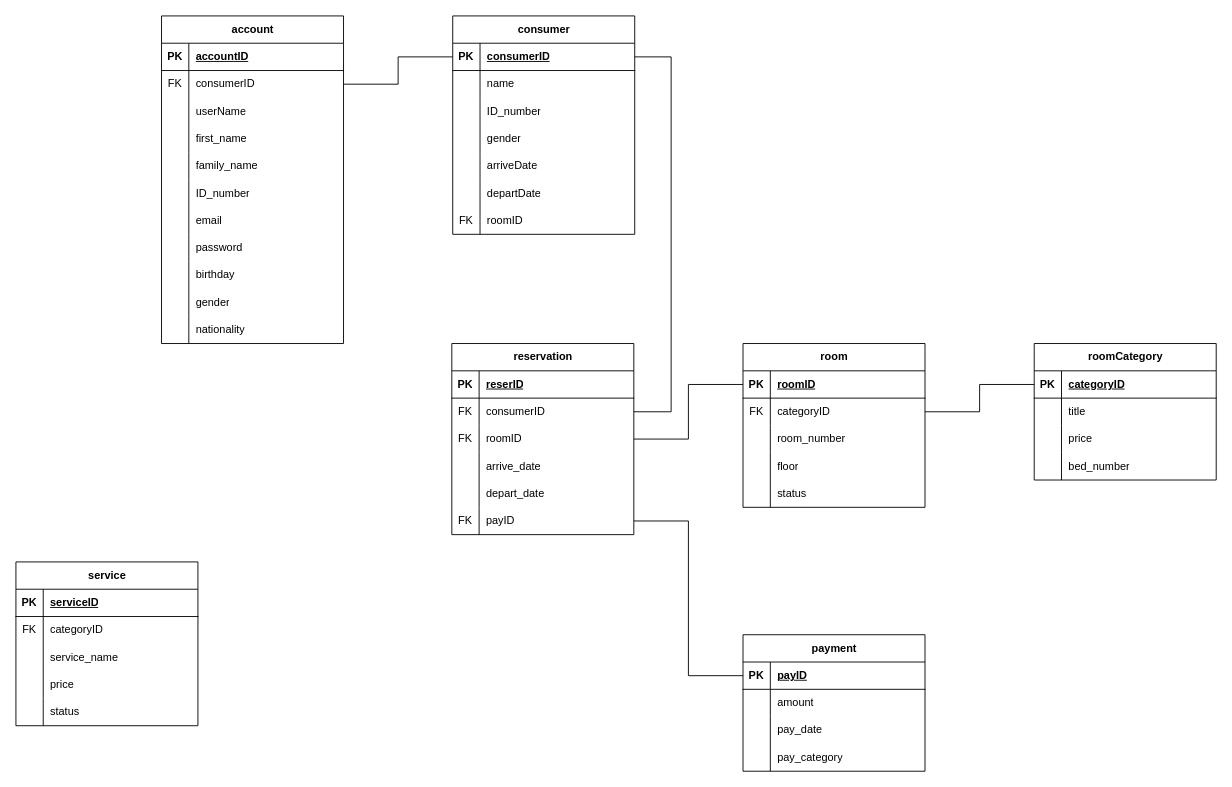
Earlier version of the draw.io diagram database/system.drawio (infinityMark/stay_sync_hotel). Source tidied: cells renumbered, new cells numbered last; positions are measured from the earlier drawing's top-left corner, leaving out a move shared by most shapes. Both pictures are drawn from the tidied source at 91%, with x=0, y=0 at pixel (15, 15).
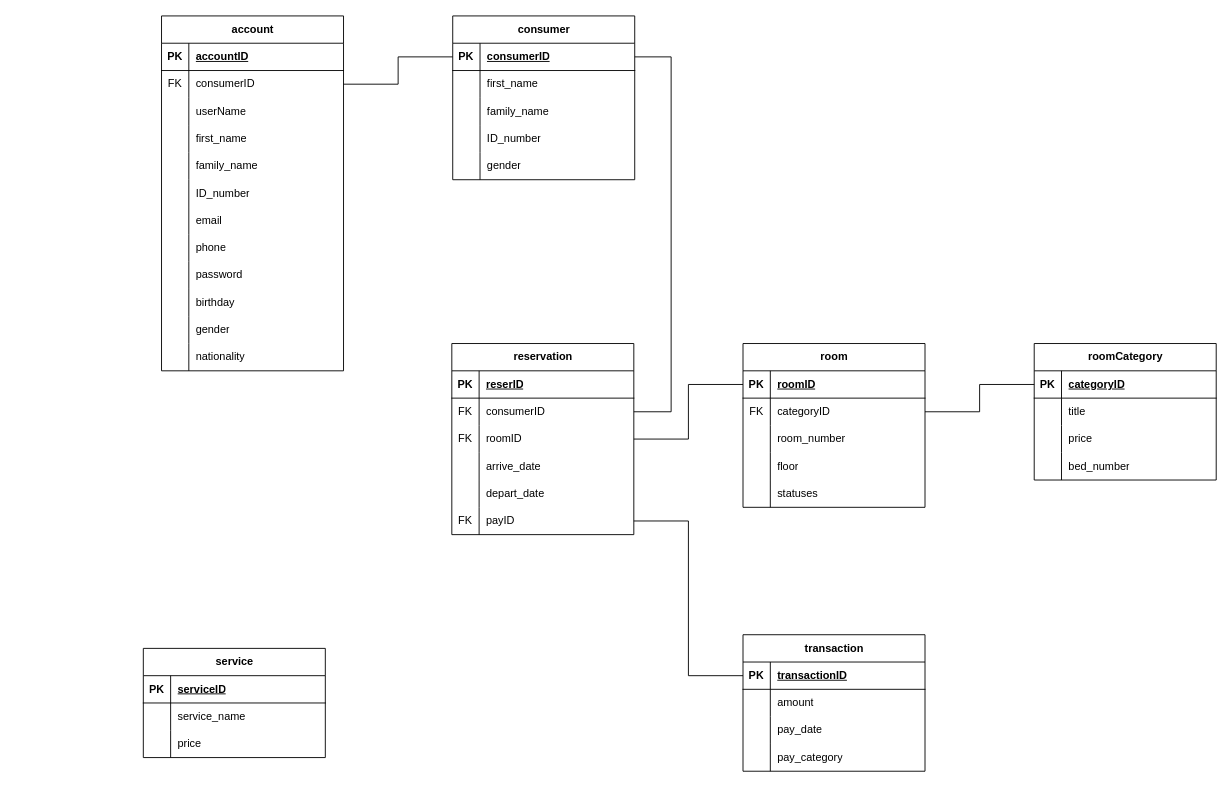
The same diagram, later.

The change refers to these unchanged cells:
```xml
<mxCell id="40" style="shape=tableRow;horizontal=0;startSize=0;swimlaneHead=0;swimlaneBody=0;fillColor=none;top=0;left=0;right=0;bottom=0;" parent="36" vertex="1">
  <mxGeometry y="60" width="200" height="30" as="geometry" />
</mxCell>
<mxCell id="71" style="shape=tableRow;horizontal=0;startSize=0;swimlaneHead=0;swimlaneBody=0;fillColor=none;top=0;left=0;right=0;bottom=0;" parent="58" vertex="1">
  <mxGeometry y="150" width="200" height="30" as="geometry" />
</mxCell>
<mxCell id="109" style="shape=tableRow;horizontal=0;startSize=0;swimlaneHead=0;swimlaneBody=0;fillColor=none;points=[[0,0.5],[1,0.5]];portConstraint=eastwest;top=0;left=0;right=0;bottom=1;" parent="108" vertex="1">
  <mxGeometry y="30" width="200" height="30" as="geometry" />
</mxCell>
```

Diff of the diagram source:
```diff
@@
     <mxCell id="2" value="account" style="shape=table;startSize=30;childLayout=tableLayout;rowLines=0;fontStyle=1;align=center;html=1;" parent="1" vertex="1">
-      <mxGeometry x="160" width="200" height="360" as="geometry" />
+      <mxGeometry x="160" width="200" height="390" as="geometry" />
     </mxCell>
@@
+    <mxCell id="140" style="shape=tableRow;horizontal=0;startSize=0;swimlaneHead=0;swimlaneBody=0;fillColor=none;top=0;left=0;right=0;bottom=0;" parent="2" vertex="1">
+      <mxGeometry y="240" width="200" height="30" as="geometry" />
+    </mxCell>
+    <mxCell id="141" style="shape=partialRectangle;fillColor=none;top=0;left=0;bottom=0;right=0;overflow=hidden;whiteSpace=wrap;html=1;" parent="140" vertex="1">
+      <mxGeometry width="30" height="30" as="geometry" />
+    </mxCell>
+    <mxCell id="142" value="phone" style="shape=partialRectangle;fillColor=none;top=0;left=0;bottom=0;right=0;align=left;spacingLeft=6;overflow=hidden;whiteSpace=wrap;html=1;" parent="140" vertex="1">
+      <mxGeometry x="30" width="170" height="30" as="geometry" />
+    </mxCell>
     <mxCell id="24" style="shape=tableRow;horizontal=0;startSize=0;swimlaneHead=0;swimlaneBody=0;fillColor=none;top=0;left=0;right=0;bottom=0;" parent="2" vertex="1">
-      <mxGeometry y="240" width="200" height="30" as="geometry" />
+      <mxGeometry y="270" width="200" height="30" as="geometry" />
     </mxCell>
@@
     <mxCell id="27" style="shape=tableRow;horizontal=0;startSize=0;swimlaneHead=0;swimlaneBody=0;fillColor=none;top=0;left=0;right=0;bottom=0;" parent="2" vertex="1">
-      <mxGeometry y="270" width="200" height="30" as="geometry" />
+      <mxGeometry y="300" width="200" height="30" as="geometry" />
     </mxCell>
@@
     <mxCell id="30" style="shape=tableRow;horizontal=0;startSize=0;swimlaneHead=0;swimlaneBody=0;fillColor=none;top=0;left=0;right=0;bottom=0;" parent="2" vertex="1">
-      <mxGeometry y="300" width="200" height="30" as="geometry" />
+      <mxGeometry y="330" width="200" height="30" as="geometry" />
     </mxCell>
@@
     <mxCell id="33" style="shape=tableRow;horizontal=0;startSize=0;swimlaneHead=0;swimlaneBody=0;fillColor=none;top=0;left=0;right=0;bottom=0;" parent="2" vertex="1">
-      <mxGeometry y="330" width="200" height="30" as="geometry" />
+      <mxGeometry y="360" width="200" height="30" as="geometry" />
     </mxCell>
@@
     <mxCell id="36" value="consumer" style="shape=table;startSize=30;childLayout=tableLayout;rowLines=0;fontStyle=1;align=center;html=1;" parent="1" vertex="1">
-      <mxGeometry x="480" width="200" height="240" as="geometry" />
+      <mxGeometry x="480" width="200" height="180" as="geometry" />
     </mxCell>
@@
-    <mxCell id="42" value="name" style="shape=partialRectangle;fillColor=none;top=0;left=0;bottom=0;right=0;align=left;spacingLeft=6;overflow=hidden;whiteSpace=wrap;html=1;" parent="40" vertex="1">
+    <mxCell id="42" value="first_name" style="shape=partialRectangle;fillColor=none;top=0;left=0;bottom=0;right=0;align=left;spacingLeft=6;overflow=hidden;whiteSpace=wrap;html=1;" parent="40" vertex="1">
       <mxGeometry x="30" width="170" height="30" as="geometry" />
     </mxCell>
+    <mxCell id="143" style="shape=tableRow;horizontal=0;startSize=0;swimlaneHead=0;swimlaneBody=0;fillColor=none;top=0;left=0;right=0;bottom=0;" parent="36" vertex="1">
+      <mxGeometry y="90" width="200" height="30" as="geometry" />
+    </mxCell>
+    <mxCell id="144" style="shape=partialRectangle;fillColor=none;top=0;left=0;bottom=0;right=0;overflow=hidden;whiteSpace=wrap;html=1;" parent="143" vertex="1">
+      <mxGeometry width="30" height="30" as="geometry" />
+    </mxCell>
+    <mxCell id="145" value="family_name" style="shape=partialRectangle;fillColor=none;top=0;left=0;bottom=0;right=0;align=left;spacingLeft=6;overflow=hidden;whiteSpace=wrap;html=1;" parent="143" vertex="1">
+      <mxGeometry x="30" width="170" height="30" as="geometry" />
+    </mxCell>
     <mxCell id="43" style="shape=tableRow;horizontal=0;startSize=0;swimlaneHead=0;swimlaneBody=0;fillColor=none;top=0;left=0;right=0;bottom=0;" parent="36" vertex="1">
-      <mxGeometry y="90" width="200" height="30" as="geometry" />
+      <mxGeometry y="120" width="200" height="30" as="geometry" />
     </mxCell>
@@
     <mxCell id="46" style="shape=tableRow;horizontal=0;startSize=0;swimlaneHead=0;swimlaneBody=0;fillColor=none;top=0;left=0;right=0;bottom=0;" parent="36" vertex="1">
-      <mxGeometry y="120" width="200" height="30" as="geometry" />
+      <mxGeometry y="150" width="200" height="30" as="geometry" />
     </mxCell>
@@
-    <mxCell id="49" style="shape=tableRow;horizontal=0;startSize=0;swimlaneHead=0;swimlaneBody=0;fillColor=none;top=0;left=0;right=0;bottom=0;" parent="36" vertex="1">
-      <mxGeometry y="150" width="200" height="30" as="geometry" />
-    </mxCell>
-    <mxCell id="50" style="shape=partialRectangle;fillColor=none;top=0;left=0;bottom=0;right=0;overflow=hidden;whiteSpace=wrap;html=1;" parent="49" vertex="1">
-      <mxGeometry width="30" height="30" as="geometry" />
-    </mxCell>
-    <mxCell id="51" value="arriveDate" style="shape=partialRectangle;fillColor=none;top=0;left=0;bottom=0;right=0;align=left;spacingLeft=6;overflow=hidden;whiteSpace=wrap;html=1;" parent="49" vertex="1">
-      <mxGeometry x="30" width="170" height="30" as="geometry" />
-    </mxCell>
-    <mxCell id="52" style="shape=tableRow;horizontal=0;startSize=0;swimlaneHead=0;swimlaneBody=0;fillColor=none;top=0;left=0;right=0;bottom=0;" parent="36" vertex="1">
-      <mxGeometry y="180" width="200" height="30" as="geometry" />
-    </mxCell>
-    <mxCell id="53" style="shape=partialRectangle;fillColor=none;top=0;left=0;bottom=0;right=0;overflow=hidden;whiteSpace=wrap;html=1;" parent="52" vertex="1">
-      <mxGeometry width="30" height="30" as="geometry" />
-    </mxCell>
-    <mxCell id="54" value="departDate" style="shape=partialRectangle;fillColor=none;top=0;left=0;bottom=0;right=0;align=left;spacingLeft=6;overflow=hidden;whiteSpace=wrap;html=1;" parent="52" vertex="1">
-      <mxGeometry x="30" width="170" height="30" as="geometry" />
-    </mxCell>
-    <mxCell id="55" style="shape=tableRow;horizontal=0;startSize=0;swimlaneHead=0;swimlaneBody=0;fillColor=none;top=0;left=0;right=0;bottom=0;" parent="36" vertex="1">
-      <mxGeometry y="210" width="200" height="30" as="geometry" />
-    </mxCell>
-    <mxCell id="56" value="FK" style="shape=partialRectangle;fillColor=none;top=0;left=0;bottom=0;right=0;overflow=hidden;whiteSpace=wrap;html=1;" parent="55" vertex="1">
-      <mxGeometry width="30" height="30" as="geometry" />
-    </mxCell>
-    <mxCell id="57" value="roomID" style="shape=partialRectangle;fillColor=none;top=0;left=0;bottom=0;right=0;align=left;spacingLeft=6;overflow=hidden;whiteSpace=wrap;html=1;" parent="55" vertex="1">
-      <mxGeometry x="30" width="170" height="30" as="geometry" />
-    </mxCell>
@@
-    <mxCell id="73" value="status" style="shape=partialRectangle;fillColor=none;top=0;left=0;bottom=0;right=0;align=left;spacingLeft=6;overflow=hidden;whiteSpace=wrap;html=1;" parent="71" vertex="1">
+    <mxCell id="73" value="statuses" style="shape=partialRectangle;fillColor=none;top=0;left=0;bottom=0;right=0;align=left;spacingLeft=6;overflow=hidden;whiteSpace=wrap;html=1;" parent="71" vertex="1">
       <mxGeometry x="30" width="170" height="30" as="geometry" />
     </mxCell>
@@
-    <mxCell id="108" value="payment" style="shape=table;startSize=30;childLayout=tableLayout;rowLines=0;fontStyle=1;align=center;html=1;" parent="1" vertex="1">
+    <mxCell id="108" value="transaction" style="shape=table;startSize=30;childLayout=tableLayout;rowLines=0;fontStyle=1;align=center;html=1;" parent="1" vertex="1">
       <mxGeometry x="799" y="680" width="200" height="150" as="geometry" />
     </mxCell>
@@
-    <mxCell id="111" value="payID" style="shape=partialRectangle;fillColor=none;top=0;left=0;bottom=0;right=0;align=left;spacingLeft=6;fontStyle=5;overflow=hidden;whiteSpace=wrap;html=1;" parent="109" vertex="1">
+    <mxCell id="111" value="transactionID" style="shape=partialRectangle;fillColor=none;top=0;left=0;bottom=0;right=0;align=left;spacingLeft=6;fontStyle=5;overflow=hidden;whiteSpace=wrap;html=1;" parent="109" vertex="1">
       <mxGeometry x="30" width="170" height="30" as="geometry" />
     </mxCell>
@@
     <mxCell id="124" value="service" style="shape=table;startSize=30;childLayout=tableLayout;rowLines=0;fontStyle=1;align=center;html=1;" parent="1" vertex="1">
-      <mxGeometry y="600" width="200" height="180" as="geometry" />
+      <mxGeometry x="140" y="695" width="200" height="120" as="geometry" />
     </mxCell>
@@
-    <mxCell id="128" style="shape=tableRow;horizontal=0;startSize=0;swimlaneHead=0;swimlaneBody=0;fillColor=none;top=0;left=0;right=0;bottom=0;" parent="124" vertex="1">
-      <mxGeometry y="60" width="200" height="30" as="geometry" />
-    </mxCell>
-    <mxCell id="129" value="FK" style="shape=partialRectangle;fillColor=none;top=0;left=0;bottom=0;right=0;overflow=hidden;whiteSpace=wrap;html=1;" parent="128" vertex="1">
-      <mxGeometry width="30" height="30" as="geometry" />
-    </mxCell>
-    <mxCell id="130" value="categoryID" style="shape=partialRectangle;fillColor=none;top=0;left=0;bottom=0;right=0;align=left;spacingLeft=6;overflow=hidden;whiteSpace=wrap;html=1;" parent="128" vertex="1">
-      <mxGeometry x="30" width="170" height="30" as="geometry" />
-    </mxCell>
     <mxCell id="131" style="shape=tableRow;horizontal=0;startSize=0;swimlaneHead=0;swimlaneBody=0;fillColor=none;top=0;left=0;right=0;bottom=0;" parent="124" vertex="1">
-      <mxGeometry y="90" width="200" height="30" as="geometry" />
+      <mxGeometry y="60" width="200" height="30" as="geometry" />
     </mxCell>
@@
     <mxCell id="134" style="shape=tableRow;horizontal=0;startSize=0;swimlaneHead=0;swimlaneBody=0;fillColor=none;top=0;left=0;right=0;bottom=0;" parent="124" vertex="1">
-      <mxGeometry y="120" width="200" height="30" as="geometry" />
+      <mxGeometry y="90" width="200" height="30" as="geometry" />
     </mxCell>
@@
-    <mxCell id="137" style="shape=tableRow;horizontal=0;startSize=0;swimlaneHead=0;swimlaneBody=0;fillColor=none;top=0;left=0;right=0;bottom=0;" parent="124" vertex="1">
-      <mxGeometry y="150" width="200" height="30" as="geometry" />
-    </mxCell>
-    <mxCell id="138" style="shape=partialRectangle;fillColor=none;top=0;left=0;bottom=0;right=0;overflow=hidden;whiteSpace=wrap;html=1;" parent="137" vertex="1">
-      <mxGeometry width="30" height="30" as="geometry" />
-    </mxCell>
-    <mxCell id="139" value="status" style="shape=partialRectangle;fillColor=none;top=0;left=0;bottom=0;right=0;align=left;spacingLeft=6;overflow=hidden;whiteSpace=wrap;html=1;" parent="137" vertex="1">
-      <mxGeometry x="30" width="170" height="30" as="geometry" />
-    </mxCell>
```
